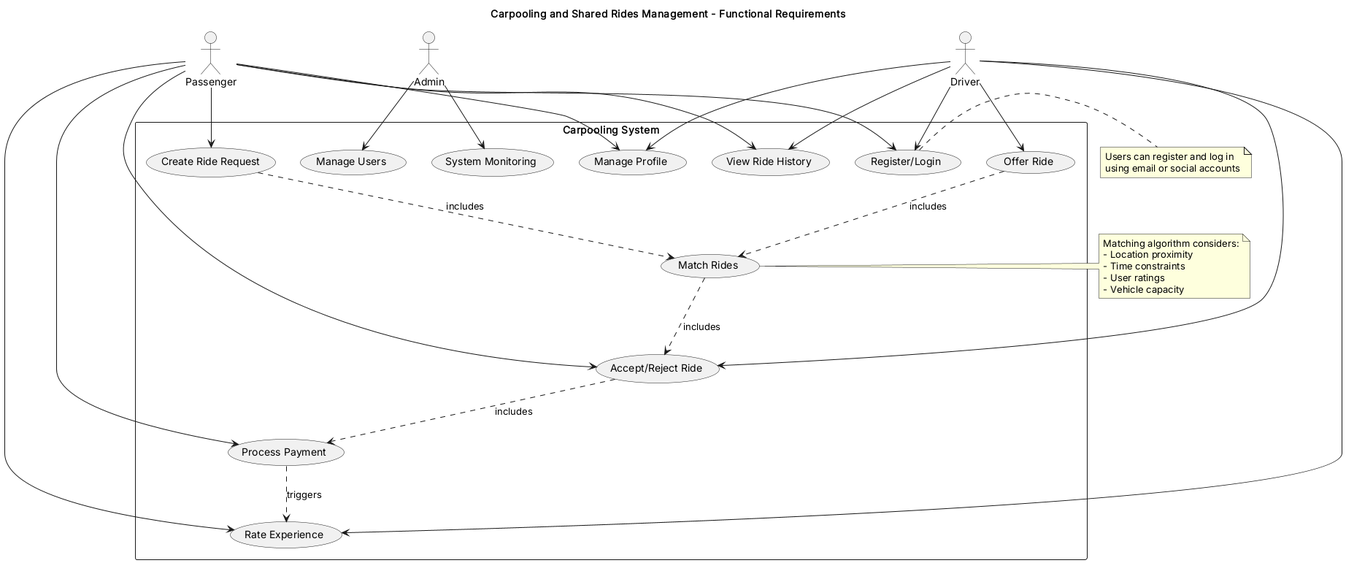
Before: docs/diagrams/rendered/Functional Requirements.png, a diagram exported from PlantUML (qweered/cloud-project).
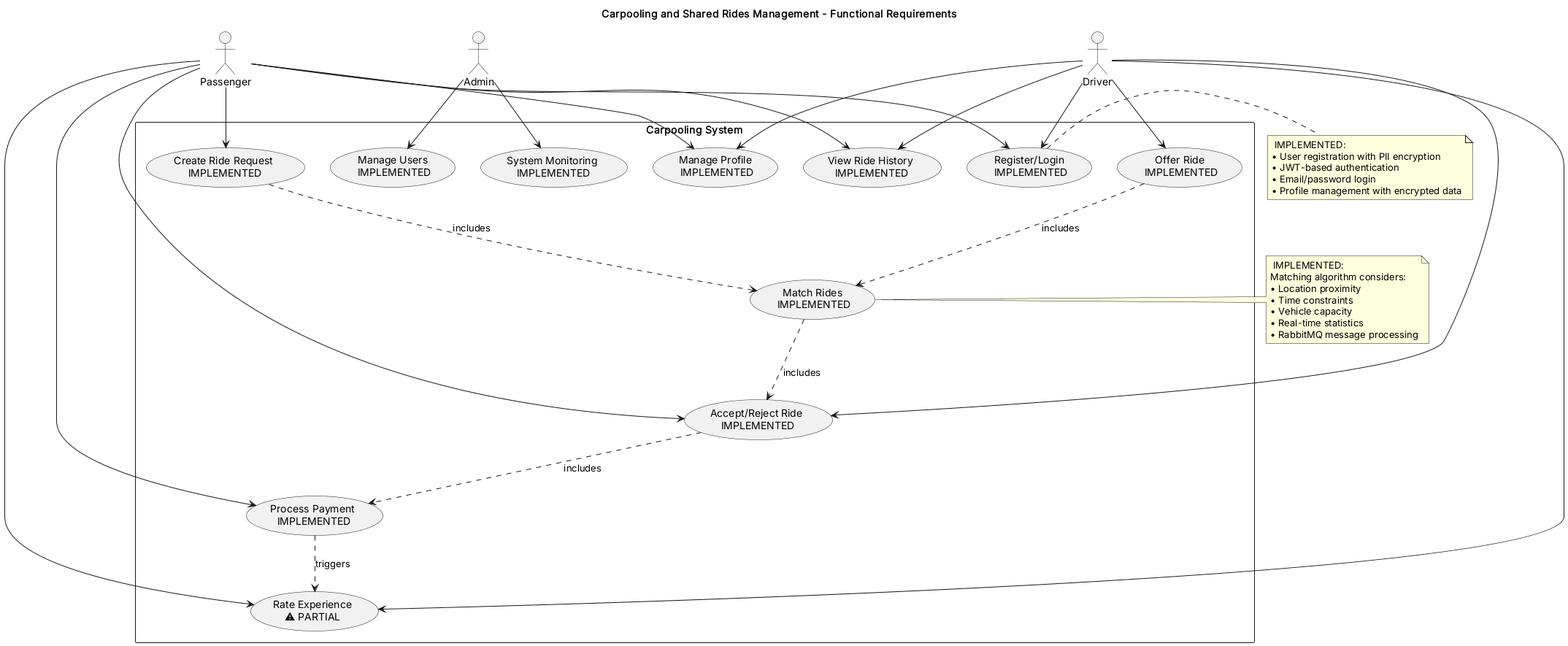
Above is the later version.

The edit, as a diff of the source:
```diff
@@ -7,17 +7,17 @@
 actor "Admin" as admin
 
 rectangle "Carpooling System" {
-  usecase "Register/Login" as UC1
-  usecase "Manage Profile" as UC2
-  usecase "Create Ride Request" as UC3
-  usecase "Offer Ride" as UC4
-  usecase "Match Rides" as UC5
-  usecase "Accept/Reject Ride" as UC6
-  usecase "Process Payment" as UC7
-  usecase "Rate Experience" as UC8
-  usecase "View Ride History" as UC9
-  usecase "System Monitoring" as UC10
-  usecase "Manage Users" as UC11
+  usecase "Register/Login\n✅ IMPLEMENTED" as UC1
+  usecase "Manage Profile\n✅ IMPLEMENTED" as UC2
+  usecase "Create Ride Request\n✅ IMPLEMENTED" as UC3
+  usecase "Offer Ride\n✅ IMPLEMENTED" as UC4
+  usecase "Match Rides\n✅ IMPLEMENTED" as UC5
+  usecase "Accept/Reject Ride\n✅ IMPLEMENTED" as UC6
+  usecase "Process Payment\n✅ IMPLEMENTED" as UC7
+  usecase "Rate Experience\n⚠️ PARTIAL" as UC8
+  usecase "View Ride History\n✅ IMPLEMENTED" as UC9
+  usecase "System Monitoring\n✅ IMPLEMENTED" as UC10
+  usecase "Manage Users\n✅ IMPLEMENTED" as UC11
 }
 
 passenger --> UC1
@@ -45,16 +45,21 @@
 UC7 ..> UC8 : triggers
 
 note right of UC1
-  Users can register and log in
-  using email or social accounts
+  ✅ IMPLEMENTED:
+  • User registration with PII encryption
+  • JWT-based authentication
+  • Email/password login
+  • Profile management with encrypted data
 end note
 
 note right of UC5
+  ✅ IMPLEMENTED:
   Matching algorithm considers:
-  - Location proximity
-  - Time constraints
-  - User ratings
-  - Vehicle capacity
+  • Location proximity
+  • Time constraints
+  • Vehicle capacity
+  • Real-time statistics
+  • RabbitMQ message processing
 end note
 
 @enduml
```
